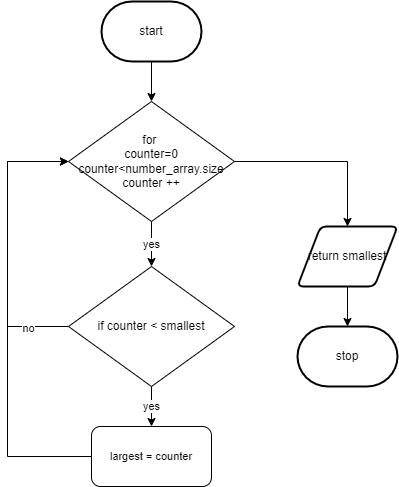
devin-jhu/ICS3U-Unit6-03-Python keeps this draw.io diagram as flow.png. Above is the earlier version. Source tidied: cells renumbered, new cells last; positions are measured from the earlier drawing's top-left corner, leaving out a move shared by most shapes. Source of this version:
```xml
<mxGraphModel>
  <root>
    <mxCell id="0" />
    <mxCell id="1" parent="0" />
    <mxCell id="2" value="stop" style="strokeWidth=2;html=1;shape=mxgraph.flowchart.terminator;whiteSpace=wrap;" parent="1" vertex="1">
      <mxGeometry x="290" y="325" width="100" height="60" as="geometry" />
    </mxCell>
    <mxCell id="3" value="yes" style="edgeStyle=orthogonalEdgeStyle;shape=connector;rounded=0;html=1;exitX=0.5;exitY=1;exitDx=0;exitDy=0;entryX=0.5;entryY=0;entryDx=0;entryDy=0;labelBackgroundColor=default;fontFamily=Helvetica;fontSize=11;fontColor=default;endArrow=classic;strokeColor=default;" parent="1" edge="1" source="5">
      <mxGeometry relative="1" as="geometry">
        <mxPoint x="144" y="265" as="targetPoint" />
      </mxGeometry>
    </mxCell>
    <mxCell id="4" style="edgeStyle=orthogonalEdgeStyle;shape=connector;rounded=0;html=1;exitX=1;exitY=0.5;exitDx=0;exitDy=0;entryX=0.5;entryY=0;entryDx=0;entryDy=0;labelBackgroundColor=default;fontFamily=Helvetica;fontSize=11;fontColor=default;endArrow=classic;strokeColor=default;" parent="1" edge="1" source="5" target="9">
      <mxGeometry relative="1" as="geometry" />
    </mxCell>
    <mxCell id="5" value="for&amp;nbsp;&lt;br&gt;counter=0&lt;br&gt;counter&amp;lt;number_array.size&lt;br&gt;counter ++" style="rhombus;whiteSpace=wrap;html=1;" parent="1" vertex="1">
      <mxGeometry x="61" y="100" width="166" height="120" as="geometry" />
    </mxCell>
    <mxCell id="6" style="edgeStyle=none;html=1;exitX=0.5;exitY=1;exitDx=0;exitDy=0;exitPerimeter=0;entryX=0.5;entryY=0;entryDx=0;entryDy=0;" parent="1" edge="1" source="7" target="5">
      <mxGeometry relative="1" as="geometry" />
    </mxCell>
    <mxCell id="7" value="start" style="strokeWidth=2;html=1;shape=mxgraph.flowchart.terminator;whiteSpace=wrap;" parent="1" vertex="1">
      <mxGeometry x="94" width="100" height="60" as="geometry" />
    </mxCell>
    <mxCell id="8" style="edgeStyle=orthogonalEdgeStyle;shape=connector;rounded=0;html=1;exitX=0.5;exitY=1;exitDx=0;exitDy=0;entryX=0.5;entryY=0;entryDx=0;entryDy=0;entryPerimeter=0;labelBackgroundColor=default;fontFamily=Helvetica;fontSize=11;fontColor=default;endArrow=classic;strokeColor=default;" parent="1" edge="1" source="9" target="2">
      <mxGeometry relative="1" as="geometry" />
    </mxCell>
    <mxCell id="9" value="return smallest" style="shape=parallelogram;html=1;strokeWidth=2;perimeter=parallelogramPerimeter;whiteSpace=wrap;rounded=1;arcSize=12;size=0.23;" parent="1" vertex="1">
      <mxGeometry x="290" y="225" width="100" height="60" as="geometry" />
    </mxCell>
    <mxCell id="10" style="edgeStyle=orthogonalEdgeStyle;shape=connector;rounded=0;html=1;exitX=0;exitY=0.5;exitDx=0;exitDy=0;entryX=0;entryY=0.5;entryDx=0;entryDy=0;labelBackgroundColor=default;fontFamily=Helvetica;fontSize=11;fontColor=default;endArrow=classic;strokeColor=default;" parent="1" edge="1" source="13" target="5">
      <mxGeometry relative="1" as="geometry">
        <Array as="points">
          <mxPoint y="325" />
          <mxPoint y="160" />
        </Array>
      </mxGeometry>
    </mxCell>
    <mxCell id="11" value="no" style="edgeLabel;html=1;align=center;verticalAlign=middle;fontSize=11;fontFamily=Helvetica;fontColor=default;" parent="10" vertex="1">
      <mxGeometry x="-0.71" y="1" relative="1" as="geometry" />
    </mxCell>
    <mxCell id="12" value="yes" style="edgeStyle=orthogonalEdgeStyle;shape=connector;rounded=0;html=1;exitX=0.5;exitY=1;exitDx=0;exitDy=0;labelBackgroundColor=default;fontFamily=Helvetica;fontSize=11;fontColor=default;endArrow=classic;strokeColor=default;" parent="1" edge="1" source="13" target="15">
      <mxGeometry relative="1" as="geometry" />
    </mxCell>
    <mxCell id="13" value="if counter &amp;lt; smallest" style="rhombus;whiteSpace=wrap;html=1;" parent="1" vertex="1">
      <mxGeometry x="61" y="265" width="166" height="120" as="geometry" />
    </mxCell>
    <mxCell id="14" style="edgeStyle=orthogonalEdgeStyle;shape=connector;rounded=0;html=1;exitX=0;exitY=0.5;exitDx=0;exitDy=0;entryX=0;entryY=0.5;entryDx=0;entryDy=0;labelBackgroundColor=default;fontFamily=Helvetica;fontSize=11;fontColor=default;endArrow=classic;strokeColor=default;" parent="1" edge="1" source="15" target="5">
      <mxGeometry relative="1" as="geometry">
        <Array as="points">
          <mxPoint y="455" />
          <mxPoint y="160" />
        </Array>
      </mxGeometry>
    </mxCell>
    <mxCell id="15" value="largest = counter" style="rounded=1;whiteSpace=wrap;html=1;fontFamily=Helvetica;fontSize=11;fontColor=default;" parent="1" vertex="1">
      <mxGeometry x="84" y="425" width="120" height="60" as="geometry" />
    </mxCell>
  </root>
</mxGraphModel>
```
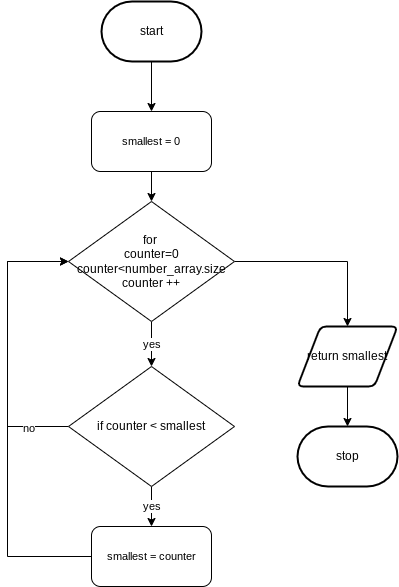
The same diagram one commit later.

Change to the diagram source:
```diff
@@ -16,11 +16,11 @@
     <mxCell id="5" value="for&amp;nbsp;&lt;br&gt;counter=0&lt;br&gt;counter&amp;lt;number_array.size&lt;br&gt;counter ++" style="rhombus;whiteSpace=wrap;html=1;" parent="1" vertex="1">
       <mxGeometry x="61" y="100" width="166" height="120" as="geometry" />
     </mxCell>
-    <mxCell id="6" style="edgeStyle=none;html=1;exitX=0.5;exitY=1;exitDx=0;exitDy=0;exitPerimeter=0;entryX=0.5;entryY=0;entryDx=0;entryDy=0;" parent="1" edge="1" source="7" target="5">
-      <mxGeometry relative="1" as="geometry" />
-    </mxCell>
+    <mxCell id="16" style="edgeStyle=none;html=1;exitX=0.5;exitY=1;exitDx=0;exitDy=0;exitPerimeter=0;" parent="1" edge="1" source="7" target="18">
+      <mxGeometry relative="1" as="geometry" />
+    </mxCell>
     <mxCell id="7" value="start" style="strokeWidth=2;html=1;shape=mxgraph.flowchart.terminator;whiteSpace=wrap;" parent="1" vertex="1">
-      <mxGeometry x="94" width="100" height="60" as="geometry" />
+      <mxGeometry x="94" y="-100" width="100" height="60" as="geometry" />
     </mxCell>
     <mxCell id="8" style="edgeStyle=orthogonalEdgeStyle;shape=connector;rounded=0;html=1;exitX=0.5;exitY=1;exitDx=0;exitDy=0;entryX=0.5;entryY=0;entryDx=0;entryDy=0;entryPerimeter=0;labelBackgroundColor=default;fontFamily=Helvetica;fontSize=11;fontColor=default;endArrow=classic;strokeColor=default;" parent="1" edge="1" source="9" target="2">
       <mxGeometry relative="1" as="geometry" />
@@ -53,8 +53,14 @@
         </Array>
       </mxGeometry>
     </mxCell>
-    <mxCell id="15" value="largest = counter" style="rounded=1;whiteSpace=wrap;html=1;fontFamily=Helvetica;fontSize=11;fontColor=default;" parent="1" vertex="1">
+    <mxCell id="15" value="smallest = counter" style="rounded=1;whiteSpace=wrap;html=1;fontFamily=Helvetica;fontSize=11;fontColor=default;" parent="1" vertex="1">
       <mxGeometry x="84" y="425" width="120" height="60" as="geometry" />
     </mxCell>
+    <mxCell id="17" style="edgeStyle=none;html=1;" parent="1" edge="1" source="18" target="5">
+      <mxGeometry relative="1" as="geometry" />
+    </mxCell>
+    <mxCell id="18" value="smallest = 0" style="rounded=1;whiteSpace=wrap;html=1;fontFamily=Helvetica;fontSize=11;fontColor=default;" parent="1" vertex="1">
+      <mxGeometry x="84" y="10" width="120" height="60" as="geometry" />
+    </mxCell>
   </root>
 </mxGraphModel>
```
